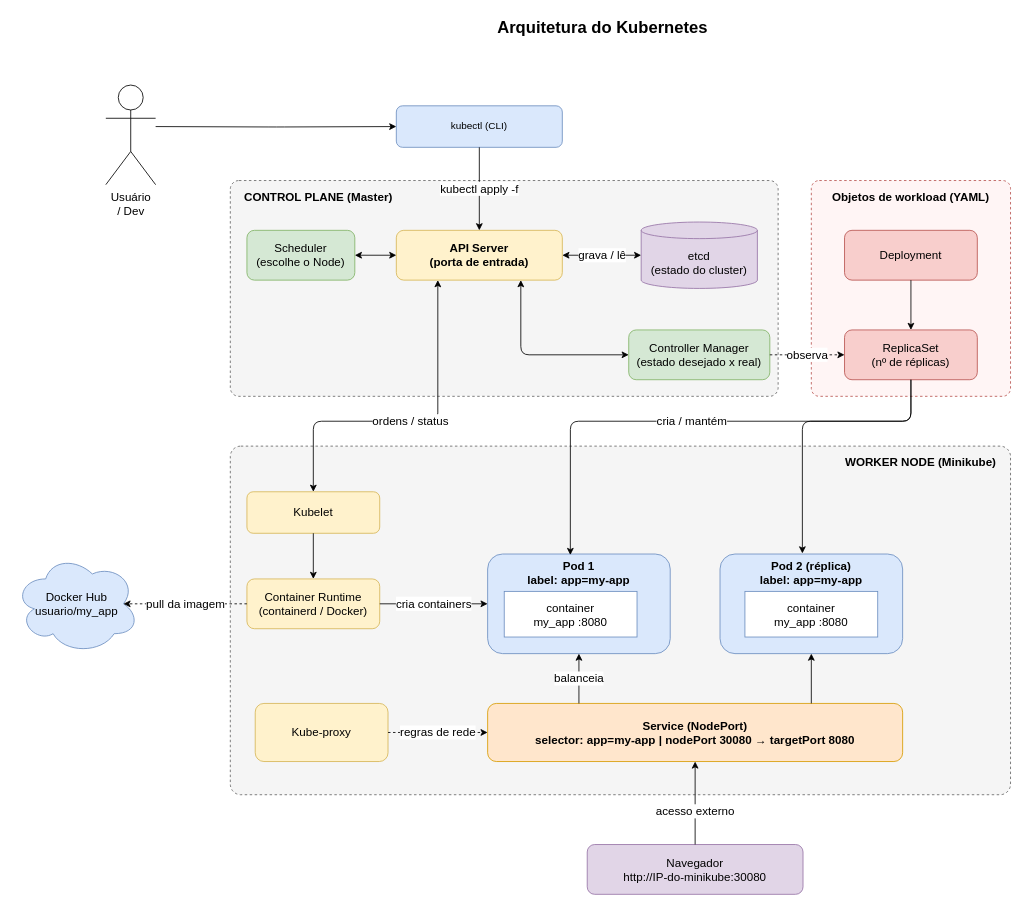
Earlier version of the draw.io diagram kubernetes.drawio (nk-medeiros/arquitetura_kubernetes). Source tidied: cells renumbered, new cells numbered last; positions are measured from the earlier drawing's top-left corner, leaving out a move shared by most shapes. Both pictures are drawn from the tidied source at 83%, with x=0, y=0 at pixel (14, 14).
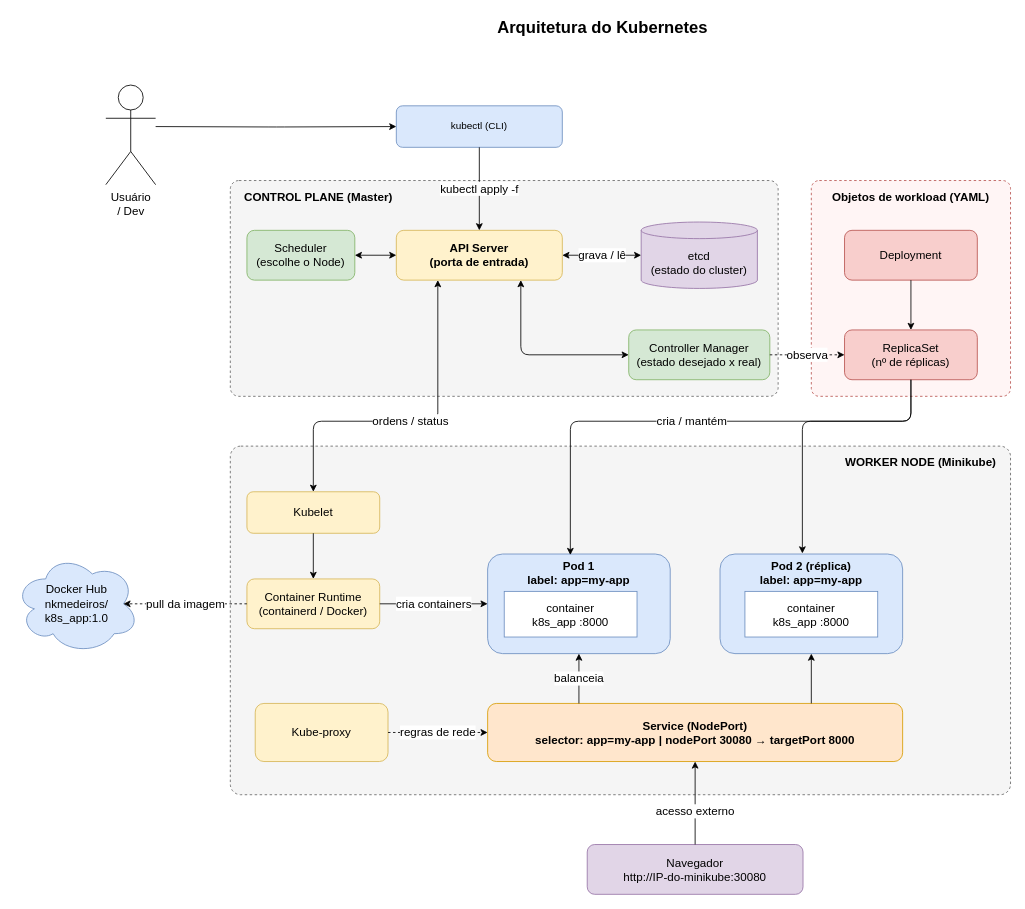
The same page after the edit.

What changed in the source:
```diff
@@
-    <mxCell id="17" value="&lt;font style=&quot;font-size: 14px;&quot;&gt;container&lt;br&gt;my_app :8080&lt;/font&gt;" style="rounded=0;whiteSpace=wrap;html=1;fontSize=12;fillColor=#ffffff;strokeColor=#6c8ebf;" parent="1" vertex="1">
+    <mxCell id="17" value="&lt;font style=&quot;font-size: 14px;&quot;&gt;container&lt;br&gt;k8s_app :8000&lt;/font&gt;" style="rounded=0;whiteSpace=wrap;html=1;fontSize=12;fillColor=#ffffff;strokeColor=#6c8ebf;" parent="1" vertex="1">
       <mxGeometry x="590" y="695" width="160" height="55" as="geometry" />
     </mxCell>
@@
-    <mxCell id="19" value="&lt;font style=&quot;font-size: 14px;&quot;&gt;container&lt;br&gt;my_app :8080&lt;/font&gt;" style="rounded=0;whiteSpace=wrap;html=1;fontSize=12;fillColor=#ffffff;strokeColor=#6c8ebf;" parent="1" vertex="1">
+    <mxCell id="19" value="&lt;font style=&quot;font-size: 14px;&quot;&gt;container&lt;br&gt;k8s_app :8000&lt;/font&gt;" style="rounded=0;whiteSpace=wrap;html=1;fontSize=12;fillColor=#ffffff;strokeColor=#6c8ebf;" parent="1" vertex="1">
       <mxGeometry x="880" y="695" width="160" height="55" as="geometry" />
     </mxCell>
-    <mxCell id="20" value="&lt;font style=&quot;font-size: 14px;&quot;&gt;Service (NodePort)&lt;br&gt;selector: app=my-app | nodePort 30080 → targetPort 8080&lt;/font&gt;" style="rounded=1;whiteSpace=wrap;html=1;fontSize=12;fontStyle=1;fillColor=#ffe6cc;strokeColor=#d79b00;" parent="1" vertex="1">
+    <mxCell id="20" value="&lt;font style=&quot;font-size: 14px;&quot;&gt;Service (NodePort)&lt;br&gt;selector: app=my-app | nodePort 30080 → targetPort 8000&lt;/font&gt;" style="rounded=1;whiteSpace=wrap;html=1;fontSize=12;fontStyle=1;fillColor=#ffe6cc;strokeColor=#d79b00;" parent="1" vertex="1">
       <mxGeometry x="570" y="830" width="500" height="70" as="geometry" />
     </mxCell>
-    <mxCell id="21" value="&lt;font style=&quot;font-size: 14px;&quot;&gt;Docker Hub&lt;br&gt;usuario/my_app&lt;/font&gt;" style="shape=cloud;whiteSpace=wrap;html=1;fontSize=12;fillColor=#dae8fc;strokeColor=#6c8ebf;" parent="1" vertex="1">
+    <mxCell id="21" value="&lt;font style=&quot;font-size: 14px;&quot;&gt;Docker Hub&lt;br&gt;nkmedeiros/&lt;br&gt;k8s_app:1.0&lt;/font&gt;" style="shape=cloud;whiteSpace=wrap;html=1;fontSize=12;fillColor=#dae8fc;strokeColor=#6c8ebf;" parent="1" vertex="1">
       <mxGeometry y="650" width="150" height="120" as="geometry" />
     </mxCell>
```
